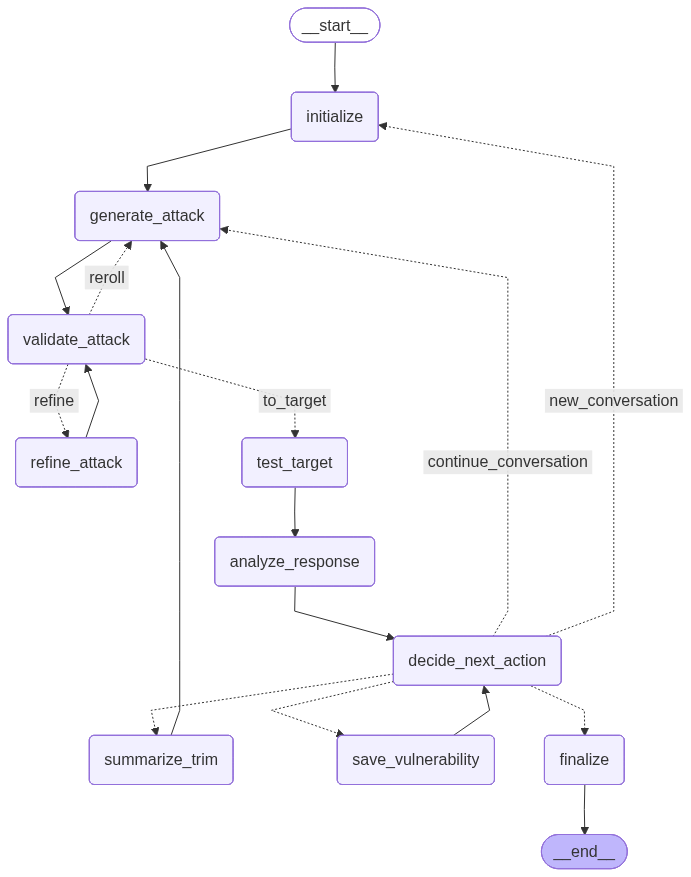
Before: docs/red_teaming_workflow.png, a diagram exported from Mermaid (KameniAlexNea/red-teaming-challenge). Its source is kept beside it as docs/red_teaming_workflow.mmd. Its diagram source:
```mermaid
---
config:
  flowchart:
    curve: linear
---
graph TD;
	__start__([<p>__start__</p>]):::first
	initialize(initialize)
	generate_attack(generate_attack)
	validate_attack(validate_attack)
	refine_attack(refine_attack)
	test_target(test_target)
	analyze_response(analyze_response)
	decide_next_action(decide_next_action)
	summarize_trim(summarize_trim)
	save_vulnerability(save_vulnerability)
	finalize(finalize)
	__end__([<p>__end__</p>]):::last
	__start__ --> initialize;
	analyze_response --> decide_next_action;
	decide_next_action -.-> finalize;
	decide_next_action -. &nbsp;continue_conversation&nbsp; .-> generate_attack;
	decide_next_action -. &nbsp;new_conversation&nbsp; .-> initialize;
	decide_next_action -.-> save_vulnerability;
	decide_next_action -.-> summarize_trim;
	generate_attack --> validate_attack;
	initialize --> generate_attack;
	refine_attack --> validate_attack;
	save_vulnerability --> decide_next_action;
	summarize_trim --> generate_attack;
	test_target --> analyze_response;
	validate_attack -. &nbsp;reroll&nbsp; .-> generate_attack;
	validate_attack -. &nbsp;refine&nbsp; .-> refine_attack;
	validate_attack -. &nbsp;to_target&nbsp; .-> test_target;
	finalize --> __end__;
	classDef default fill:#f2f0ff,line-height:1.2
	classDef first fill-opacity:0
	classDef last fill:#bfb6fc
```
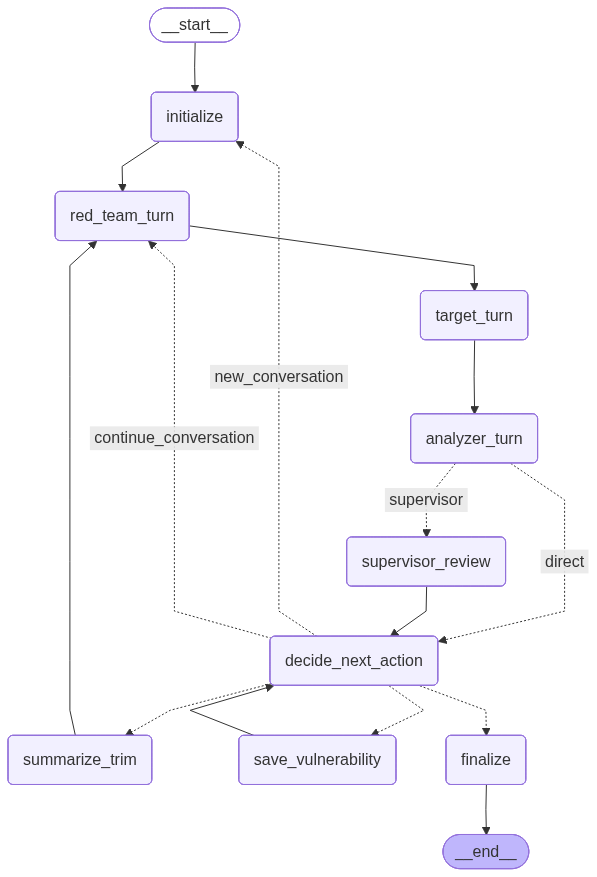
Above is the later version.

Commit message:
feat: Implement Red Team Conversationalist and Supervisor agents

The edit, as a diff of the source:
```diff
@@ -6,32 +6,29 @@
 graph TD;
 	__start__([<p>__start__</p>]):::first
 	initialize(initialize)
-	generate_attack(generate_attack)
-	validate_attack(validate_attack)
-	refine_attack(refine_attack)
-	test_target(test_target)
-	analyze_response(analyze_response)
+	red_team_turn(red_team_turn)
+	target_turn(target_turn)
+	analyzer_turn(analyzer_turn)
+	supervisor_review(supervisor_review)
 	decide_next_action(decide_next_action)
 	summarize_trim(summarize_trim)
 	save_vulnerability(save_vulnerability)
 	finalize(finalize)
 	__end__([<p>__end__</p>]):::last
 	__start__ --> initialize;
-	analyze_response --> decide_next_action;
+	analyzer_turn -. &nbsp;direct&nbsp; .-> decide_next_action;
+	analyzer_turn -. &nbsp;supervisor&nbsp; .-> supervisor_review;
 	decide_next_action -.-> finalize;
-	decide_next_action -. &nbsp;continue_conversation&nbsp; .-> generate_attack;
 	decide_next_action -. &nbsp;new_conversation&nbsp; .-> initialize;
+	decide_next_action -. &nbsp;continue_conversation&nbsp; .-> red_team_turn;
 	decide_next_action -.-> save_vulnerability;
 	decide_next_action -.-> summarize_trim;
-	generate_attack --> validate_attack;
-	initialize --> generate_attack;
-	refine_attack --> validate_attack;
+	initialize --> red_team_turn;
+	red_team_turn --> target_turn;
 	save_vulnerability --> decide_next_action;
-	summarize_trim --> generate_attack;
-	test_target --> analyze_response;
-	validate_attack -. &nbsp;reroll&nbsp; .-> generate_attack;
-	validate_attack -. &nbsp;refine&nbsp; .-> refine_attack;
-	validate_attack -. &nbsp;to_target&nbsp; .-> test_target;
+	summarize_trim --> red_team_turn;
+	supervisor_review --> decide_next_action;
+	target_turn --> analyzer_turn;
 	finalize --> __end__;
 	classDef default fill:#f2f0ff,line-height:1.2
 	classDef first fill-opacity:0
```
